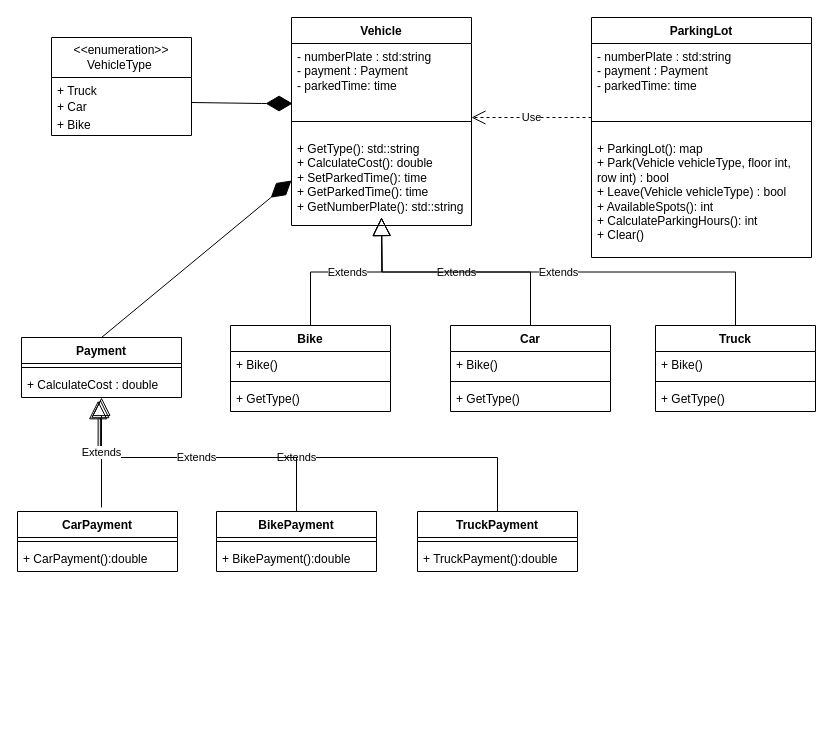
Above: 1. ParkingLotDesign.drawio in arjitss/system-design-diagrams (draw.io), before the change. Source tidied: cells renumbered, new cells numbered last; positions are measured from the earlier drawing's top-left corner, leaving out a move shared by most shapes. Both pictures are drawn from the tidied source at 100%, with x=0, y=0 at pixel (17, 17).
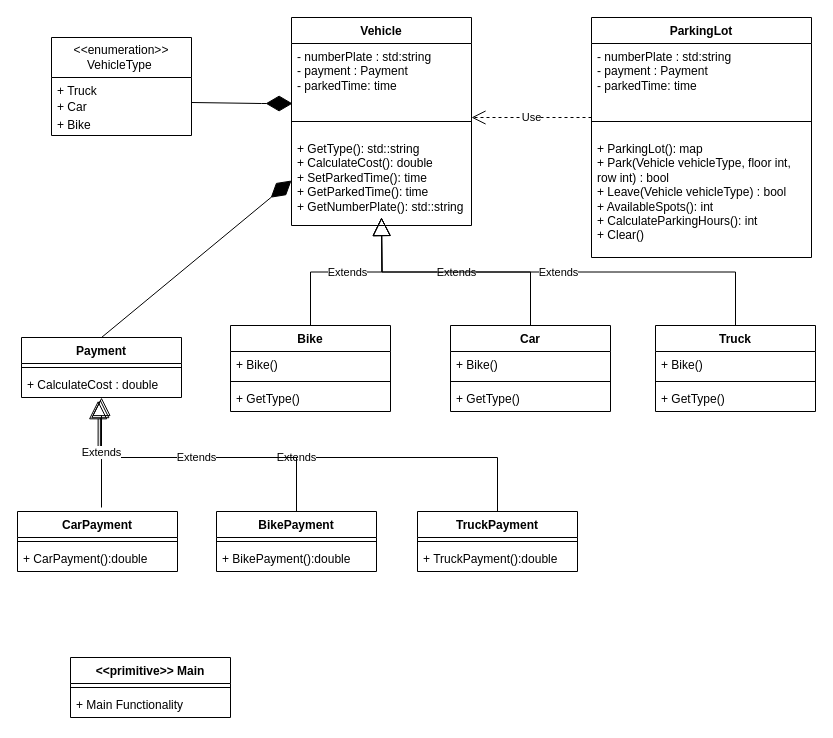
The same page after the edit.

The edit, as a diff of the source:
```diff
@@
+    <mxCell id="47" value="&amp;lt;&amp;lt;primitive&amp;gt;&amp;gt; Main" style="swimlane;fontStyle=1;align=center;verticalAlign=top;horizontal=1;startSize=26;whiteSpace=wrap;html=1;" parent="1" vertex="1">
+      <mxGeometry x="53" y="640" width="160" height="60" as="geometry" />
+    </mxCell>
+    <mxCell id="48" style="line;strokeWidth=1;fillColor=none;align=left;verticalAlign=middle;spacingTop=-1;spacingLeft=3;spacingRight=3;labelPosition=right;strokeColor=inherit;" parent="47" vertex="1">
+      <mxGeometry y="26" width="160" height="8" as="geometry" />
+    </mxCell>
+    <mxCell id="49" value="+ Main Functionality" style="text;strokeColor=none;fillColor=none;align=left;verticalAlign=top;spacingLeft=4;spacingRight=4;overflow=hidden;whiteSpace=wrap;html=1;" parent="47" vertex="1">
+      <mxGeometry y="34" width="160" height="26" as="geometry" />
+    </mxCell>
```
